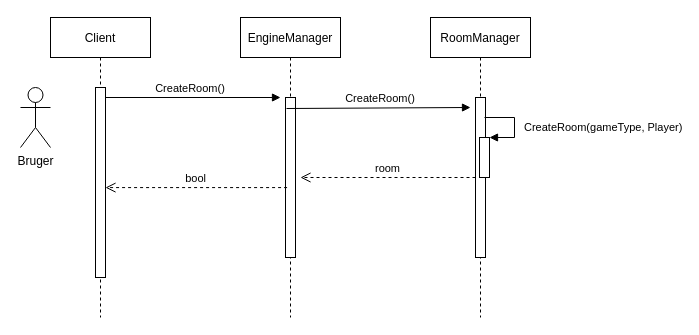
Earlier version of the draw.io diagram Diagrammer/Filer/Sekvens/CreateRoom SD.drawio (Olivervesth/KortKlubben). Source tidied: cells renumbered, new cells numbered last; positions are measured from the earlier drawing's top-left corner, leaving out a move shared by most shapes. Both pictures are drawn from the tidied source at 100%, with x=0, y=0 at pixel (20, 17).
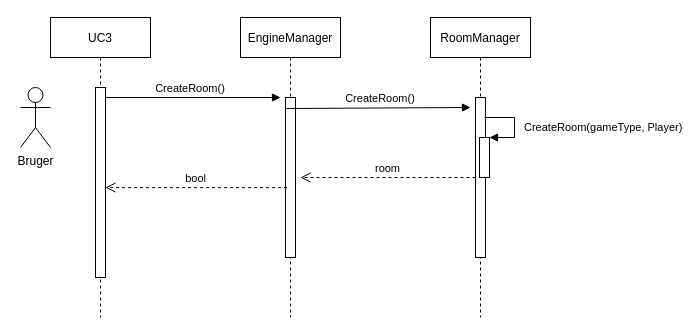
The same diagram, later.

Change to the diagram source:
```diff
@@
 <mxGraphModel>
   <root>
     <mxCell id="0" />
     <mxCell id="1" parent="0" />
-    <mxCell id="2" value="Client" style="shape=umlLifeline;perimeter=lifelinePerimeter;rounded=0;shadow=0;strokeWidth=1;" parent="1" vertex="1">
+    <mxCell id="2" value="UC3" style="shape=umlLifeline;perimeter=lifelinePerimeter;rounded=0;shadow=0;strokeWidth=1;" parent="1" vertex="1">
       <mxGeometry x="30" width="100" height="300" as="geometry" />
     </mxCell>
     <mxCell id="3" style="points=[];perimeter=orthogonalPerimeter;rounded=0;shadow=0;strokeWidth=1;" parent="2" vertex="1">
       <mxGeometry x="45" y="70" width="10" height="190" as="geometry" />
     </mxCell>
     <mxCell id="4" value="EngineManager" style="shape=umlLifeline;perimeter=lifelinePerimeter;rounded=0;shadow=0;strokeWidth=1;" parent="1" vertex="1">
       <mxGeometry x="220" width="100" height="300" as="geometry" />
     </mxCell>
     <mxCell id="5" style="points=[];perimeter=orthogonalPerimeter;rounded=0;shadow=0;strokeWidth=1;" parent="4" vertex="1">
       <mxGeometry x="45" y="80" width="10" height="160" as="geometry" />
     </mxCell>
     <mxCell id="6" value="bool" style="verticalAlign=bottom;endArrow=open;dashed=1;endSize=8;shadow=0;strokeWidth=1;exitX=0.159;exitY=0.563;exitDx=0;exitDy=0;exitPerimeter=0;" parent="1" edge="1" source="5" target="3">
       <mxGeometry relative="1" as="geometry" />
     </mxCell>
     <mxCell id="7" value="CreateRoom()" style="verticalAlign=bottom;endArrow=block;shadow=0;strokeWidth=1;" parent="1" edge="1" source="3">
       <mxGeometry x="-0.03" relative="1" as="geometry">
         <mxPoint x="260" y="80" as="targetPoint" />
       </mxGeometry>
     </mxCell>
     <mxCell id="8" value="RoomManager" style="shape=umlLifeline;perimeter=lifelinePerimeter;rounded=0;shadow=0;strokeWidth=1;" parent="1" vertex="1">
       <mxGeometry x="410" width="100" height="300" as="geometry" />
     </mxCell>
     <mxCell id="9" style="points=[];perimeter=orthogonalPerimeter;rounded=0;shadow=0;strokeWidth=1;" parent="8" vertex="1">
       <mxGeometry x="45" y="80" width="10" height="160" as="geometry" />
     </mxCell>
     <mxCell id="10" style="html=1;points=[];perimeter=orthogonalPerimeter;" parent="8" vertex="1">
       <mxGeometry x="49" y="120" width="10" height="40" as="geometry" />
     </mxCell>
     <mxCell id="11" value="CreateRoom(gameType, Player)" style="edgeStyle=orthogonalEdgeStyle;html=1;align=left;spacingLeft=2;endArrow=block;rounded=0;entryX=1;entryY=0;" parent="8" edge="1" target="10">
       <mxGeometry x="0.07" y="6" relative="1" as="geometry">
         <mxPoint x="54" y="100" as="sourcePoint" />
         <Array as="points">
           <mxPoint x="84" y="100" />
         </Array>
       </mxGeometry>
     </mxCell>
     <mxCell id="12" value="Bruger" style="shape=umlActor;verticalLabelPosition=bottom;verticalAlign=top;html=1;" parent="1" vertex="1">
       <mxGeometry y="70" width="30" height="60" as="geometry" />
     </mxCell>
     <mxCell id="13" value="CreateRoom()" style="verticalAlign=bottom;endArrow=block;shadow=0;strokeWidth=1;" parent="1" edge="1">
       <mxGeometry x="0.02" relative="1" as="geometry">
         <mxPoint x="266" y="91" as="sourcePoint" />
         <mxPoint x="450" y="90" as="targetPoint" />
       </mxGeometry>
     </mxCell>
     <mxCell id="14" value="room" style="html=1;verticalAlign=bottom;endArrow=open;dashed=1;endSize=8;rounded=0;" parent="1" edge="1" source="9">
       <mxGeometry relative="1" as="geometry">
         <mxPoint x="280" y="160" as="targetPoint" />
       </mxGeometry>
     </mxCell>
   </root>
 </mxGraphModel>
```
